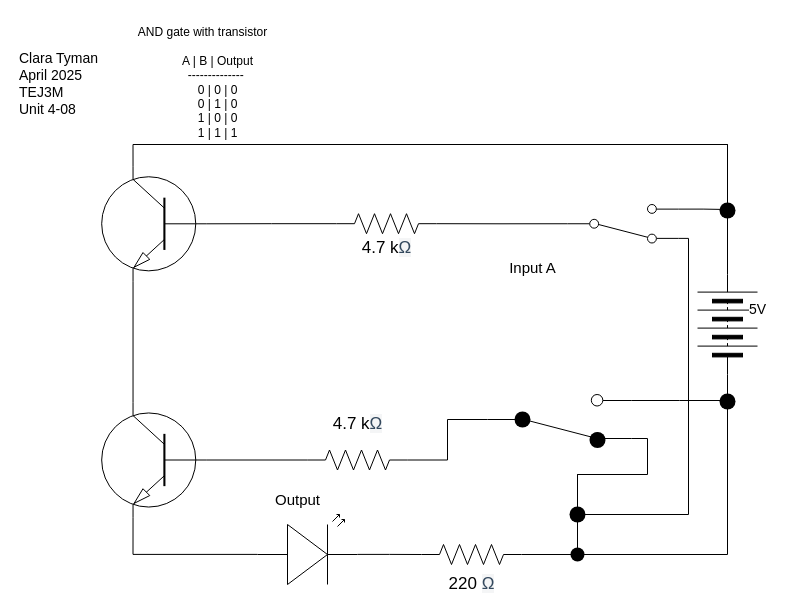
Above: unit4-08/unit-4-08.drawio in clara-tyman2/TEJ3M---Unit-4 (draw.io), before the change. Source tidied: cells renumbered, new cells numbered last; positions are measured from the earlier drawing's top-left corner, leaving out a move shared by most shapes. Both pictures are drawn from the tidied source at 100%, with x=0, y=0 at pixel (17, 17).
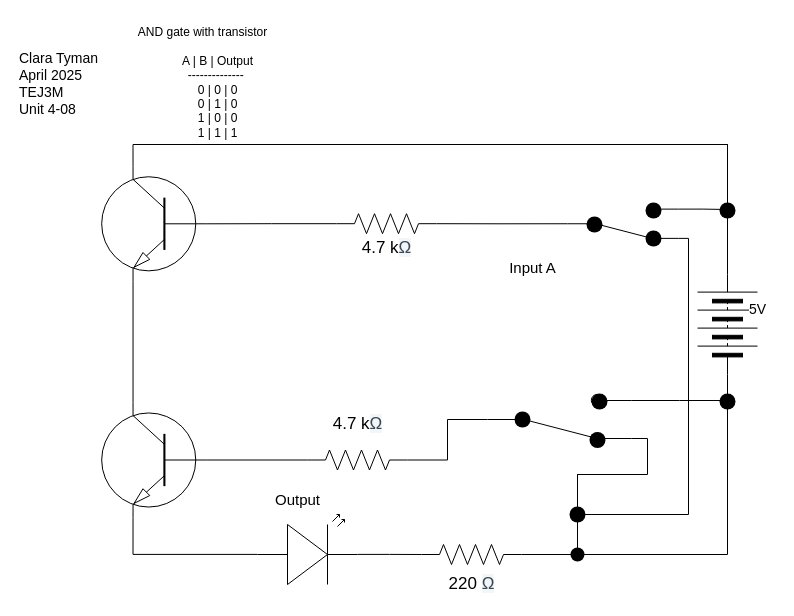
The same page after the edit.

What changed in the source:
```diff
@@
+    <mxCell id="41" style="shape=waypoint;sketch=0;size=6;fillColor=none;perimeter=centerPerimeter;fontFamily=Helvetica;fontSize=12;fontColor=default;labelBackgroundColor=default;strokeWidth=6;" parent="1" vertex="1">
+      <mxGeometry x="626" y="183" width="20" height="20" as="geometry" />
+    </mxCell>
+    <mxCell id="42" style="shape=waypoint;sketch=0;size=6;fillColor=none;perimeter=centerPerimeter;fontFamily=Helvetica;fontSize=12;fontColor=default;labelBackgroundColor=default;strokeWidth=6;" parent="1" vertex="1">
+      <mxGeometry x="626" y="211" width="20" height="20" as="geometry" />
+    </mxCell>
+    <mxCell id="43" style="shape=waypoint;sketch=0;size=6;fillColor=none;perimeter=centerPerimeter;fontFamily=Helvetica;fontSize=12;fontColor=default;labelBackgroundColor=default;strokeWidth=6;" parent="1" vertex="1">
+      <mxGeometry x="567" y="197" width="20" height="20" as="geometry" />
+    </mxCell>
+    <mxCell id="44" style="shape=waypoint;sketch=0;size=6;fillColor=none;perimeter=centerPerimeter;fontFamily=Helvetica;fontSize=12;fontColor=default;labelBackgroundColor=default;strokeWidth=6;" parent="1" vertex="1">
+      <mxGeometry x="572" y="374" width="20" height="20" as="geometry" />
+    </mxCell>
```
